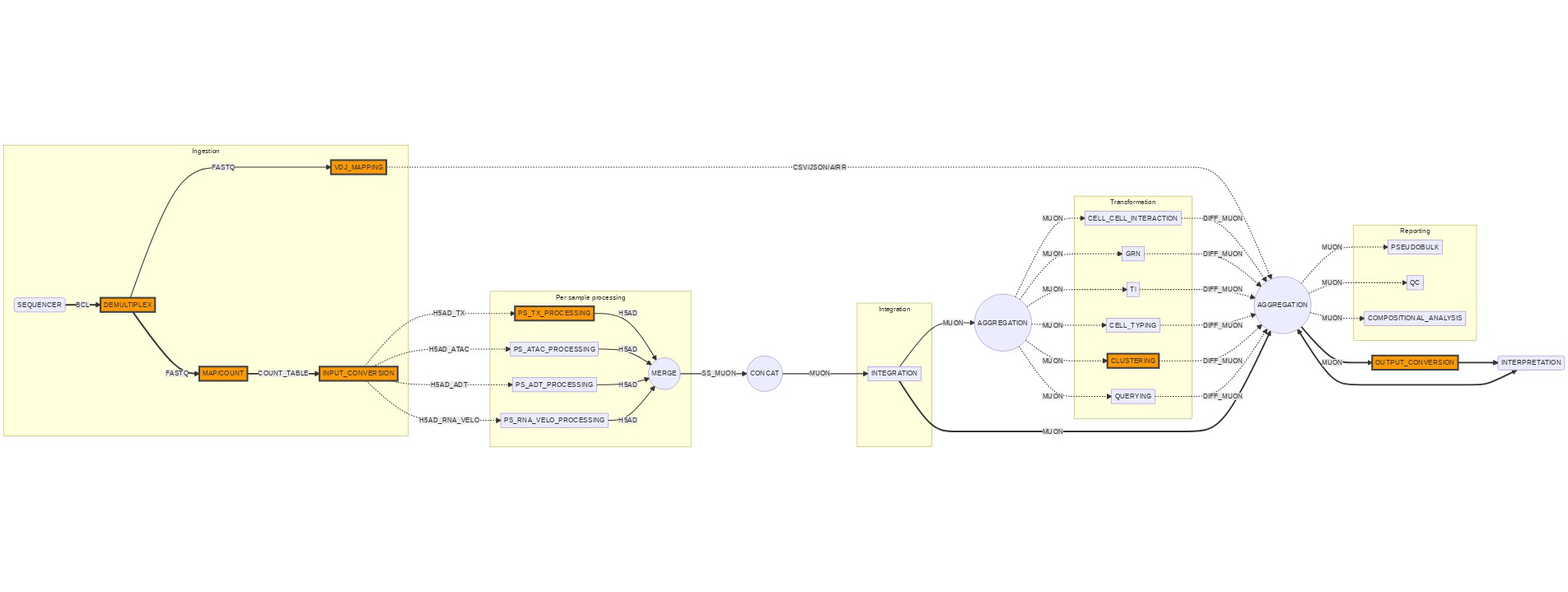
openpipelines-bio/openpipeline keeps this Mermaid diagram as docs/figures/pipelines-target-p3.png. Above is the earlier version. Its source is kept beside it as docs/mermaid/pipelines-target-p3.mermaid.
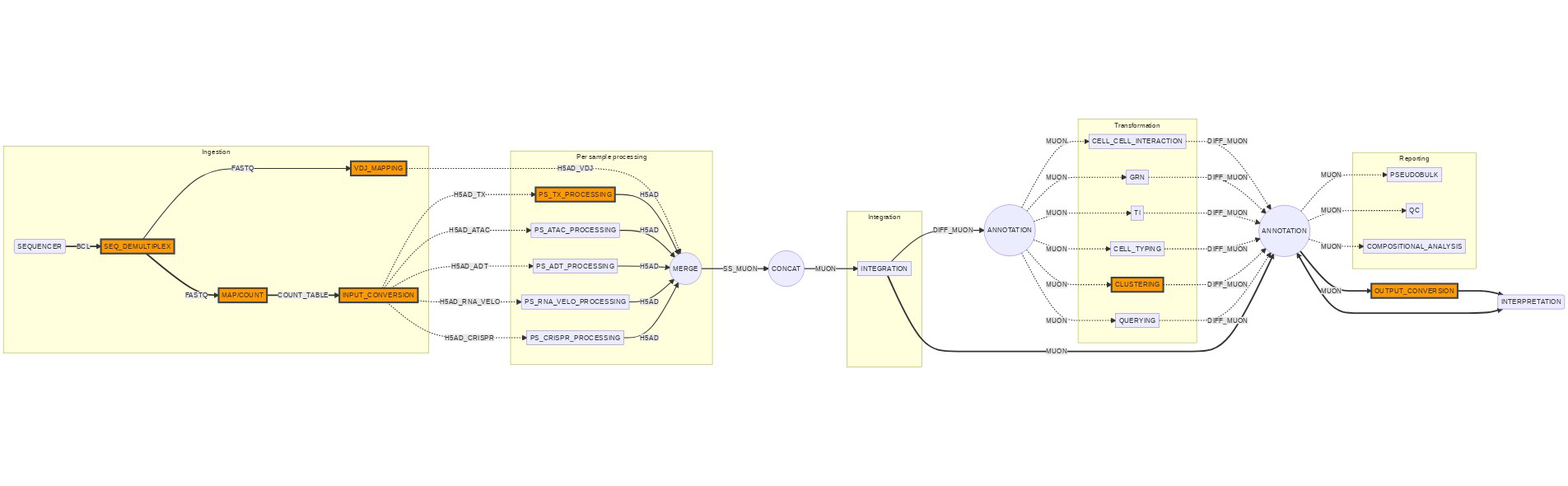
After the change.

Diff of the diagram source:
```diff
@@ -1,18 +1,19 @@
 flowchart LR
     SEQUENCER(SEQUENCER)
-    DEMULTIPLEX[DEMULTIPLEX]
+    SEQ_DEMULTIPLEX[SEQ_DEMULTIPLEX]
     COUNT[MAP/COUNT]
     H5AD_CONVERSION[INPUT_CONVERSION]
     PERSAMPLE_TX[PS_TX_PROCESSING]
     PERSAMPLE_ADT[PS_ADT_PROCESSING]
     PERSAMPLE_RNA_VELO[PS_RNA_VELO_PROCESSING]
     PERSAMPLE_ATAC[PS_ATAC_PROCESSING]
+    PERSAMPLE_CRISPR[PS_CRISPR_PROCESSING]
     MERGE((MERGE))
     CONCAT((CONCAT))
     INTEGRATION[INTEGRATION]
     INTERPRETATION(INTERPRETATION)
-    AGGREGATION((AGGREGATION))
-    ANNOTATION((AGGREGATION))
+    AGGREGATION((ANNOTATION))
+    ANNOTATION((ANNOTATION))
     CONVERSION[OUTPUT_CONVERSION]
     VDJ_MAPPING
     QUERYING
@@ -21,7 +22,7 @@
     classDef implemented fill:#f90,stroke:#444,stroke-width:4px;
 
     class VDJ_MAPPING implemented
-    class DEMULTIPLEX implemented
+    class SEQ_DEMULTIPLEX implemented
     class COUNT implemented
     class H5AD_CONVERSION implemented
     class PERSAMPLE_TX implemented
@@ -30,29 +31,28 @@
     class CLUSTERING implemented
     class CONVERSION implemented
 
-
     subgraph Ingestion
-    SEQUENCER ==> |BCL| DEMULTIPLEX ==> |FASTQ| COUNT ==> |COUNT_TABLE| H5AD_CONVERSION
-    DEMULTIPLEX --> |FASTQ| VDJ_MAPPING
+    SEQUENCER ==> |BCL| SEQ_DEMULTIPLEX ==> |FASTQ| COUNT ==> |COUNT_TABLE| H5AD_CONVERSION
+    SEQ_DEMULTIPLEX --> |FASTQ| VDJ_MAPPING
     end
 
-    VDJ_MAPPING -.-> |CSV/JSON/AIRR| ANNOTATION
-
+    VDJ_MAPPING -.-> |H5AD_VDJ| MERGE
 
     H5AD_CONVERSION -.-> |H5AD_ATAC| PERSAMPLE_ATAC
     H5AD_CONVERSION -.-> |H5AD_TX| PERSAMPLE_TX
     H5AD_CONVERSION -.-> |H5AD_ADT| PERSAMPLE_ADT
-
     H5AD_CONVERSION -.-> |H5AD_RNA_VELO| PERSAMPLE_RNA_VELO
+    H5AD_CONVERSION -.-> |H5AD_CRISPR| PERSAMPLE_CRISPR
 
     subgraph Per sample processing
     PERSAMPLE_TX --> |H5AD| MERGE
     PERSAMPLE_ATAC --> |H5AD| MERGE
     PERSAMPLE_ADT --> |H5AD| MERGE
     PERSAMPLE_RNA_VELO  --> |H5AD| MERGE
+    PERSAMPLE_CRISPR  --> |H5AD| MERGE
     end
 
-    MERGE -->|SS_MUON| CONCAT -->|MUON| INTEGRATION --> |MUON| AGGREGATION
+    MERGE -->|SS_MUON| CONCAT -->|MUON| INTEGRATION --> |DIFF_MUON| AGGREGATION
 
     subgraph Integration
     INTEGRATION
@@ -73,8 +73,6 @@
         CLUSTERING
         QUERYING
     end
-
-
 
     CELL_CELL_INTERACTION -.-> |DIFF_MUON| ANNOTATION
     GRN -.-> |DIFF_MUON| ANNOTATION
```
